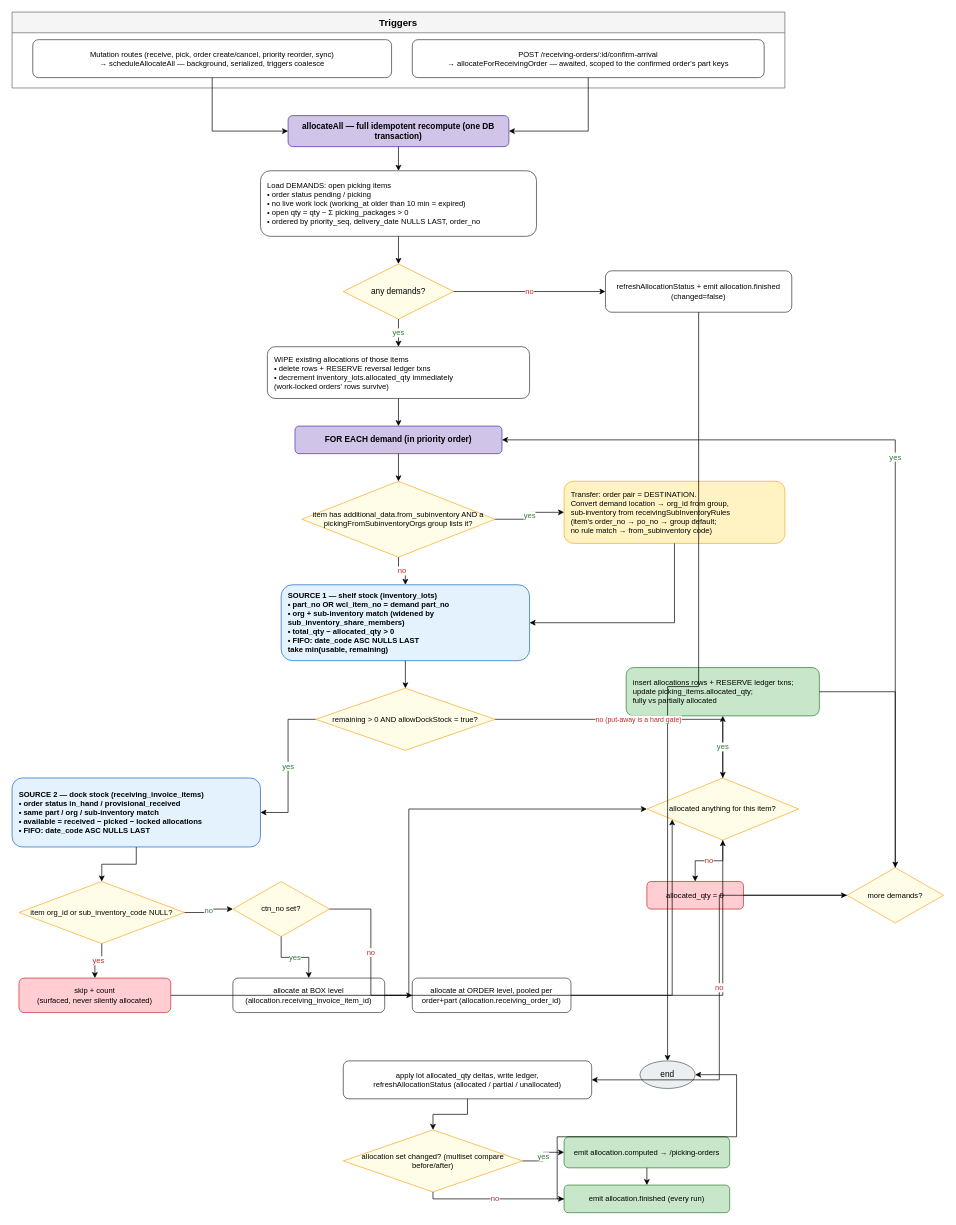
This is docs/backend/allocation-logic.drawio from hktuto/docpal-pda, a draw.io file, before an edit. Source tidied: cells renumbered, new cells numbered last; positions are measured from the earlier drawing's top-left corner, leaving out a move shared by most shapes. Both pictures are drawn from the tidied source at 69%, with x=0, y=0 at pixel (12, 12).
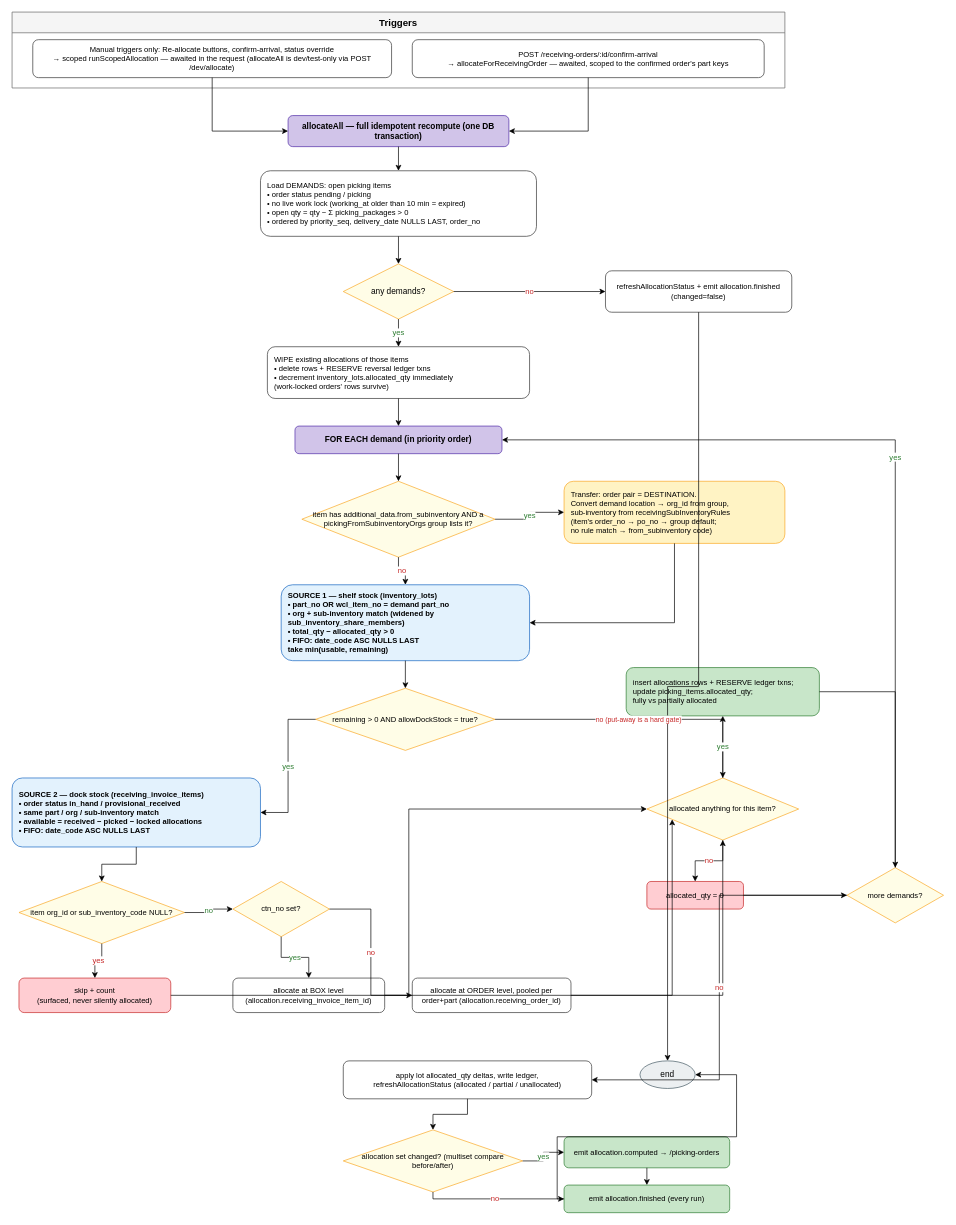
The same diagram, later.

The change refers to these unchanged cells:
```xml
<mxCell id="2" value="Triggers" style="swimlane;fontSize=14;fontStyle=1;align=center;verticalAlign=top;startSize=30;fillColor=#f5f5f5;strokeColor=#666666;" parent="1" vertex="1">
  <mxGeometry width="1120" height="110" as="geometry" />
</mxCell>
```

Change to the diagram source:
```diff
@@
-    <mxCell id="3" value="Mutation routes (receive, pick, order create/cancel, priority reorder, sync)&lt;br&gt;→ scheduleAllocateAll — background, serialized, triggers coalesce" style="rounded=1;whiteSpace=wrap;html=1;fillColor=#ffffff;strokeColor=#333333;fontSize=11;" parent="2" vertex="1">
+    <mxCell id="3" value="Manual triggers only: Re-allocate buttons, confirm-arrival, status override&lt;br&gt;→ scoped runScopedAllocation — awaited in the request (allocateAll is dev/test-only via POST /dev/allocate)" style="rounded=1;whiteSpace=wrap;html=1;fillColor=#ffffff;strokeColor=#333333;fontSize=11;" parent="2" vertex="1">
       <mxGeometry x="30" y="40" width="520" height="55" as="geometry" />
     </mxCell>
```
